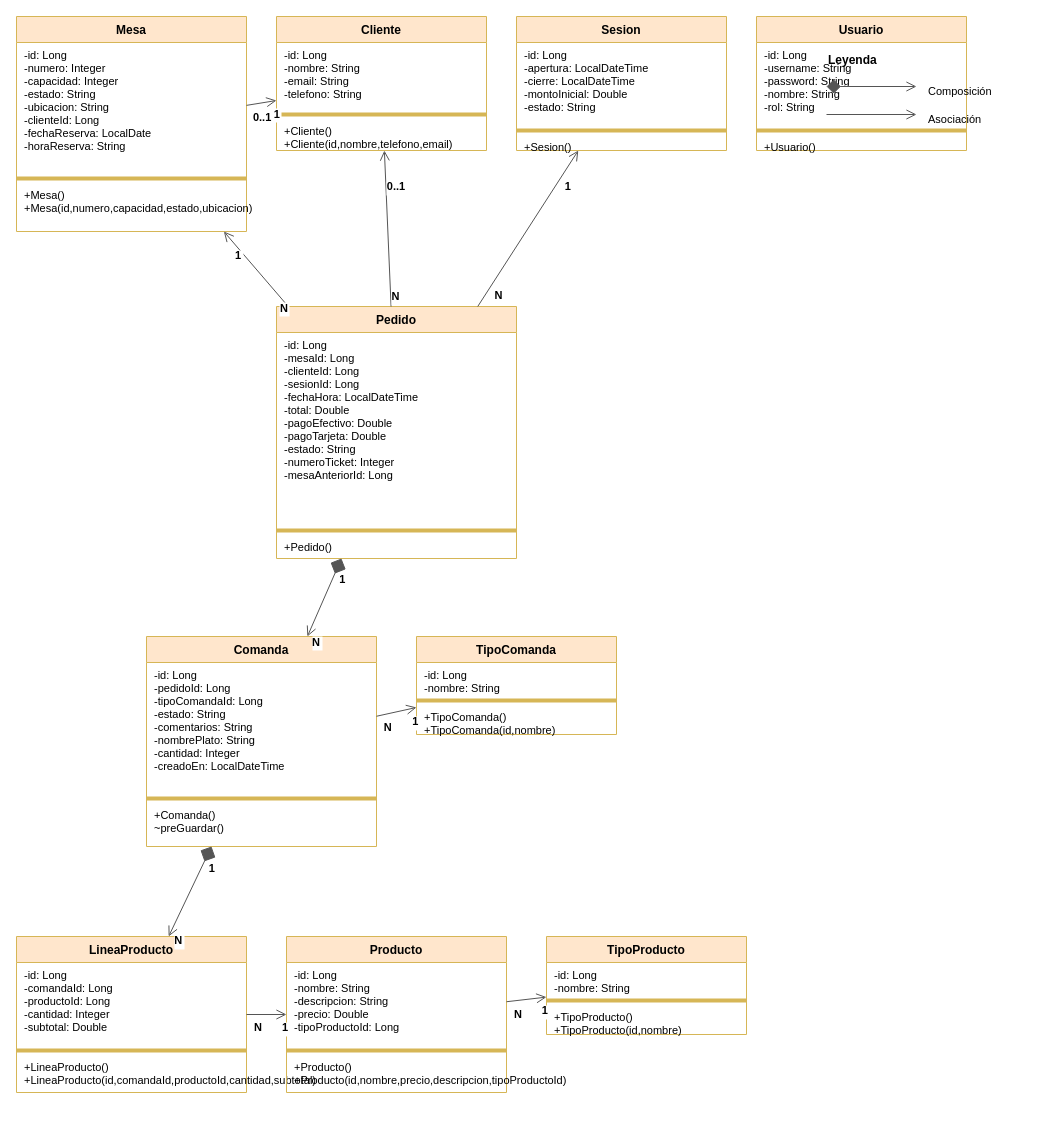
The draw.io diagram docs/DiagramaClasesJava_PlateUP.drawio in Skyfreefury/PlateUp, before the edit. Source tidied: cells renumbered, new cells numbered last; positions are measured from the earlier drawing's top-left corner, leaving out a move shared by most shapes. Both pictures are drawn from the tidied source at 100%, with x=0, y=0 at pixel (16, 16).
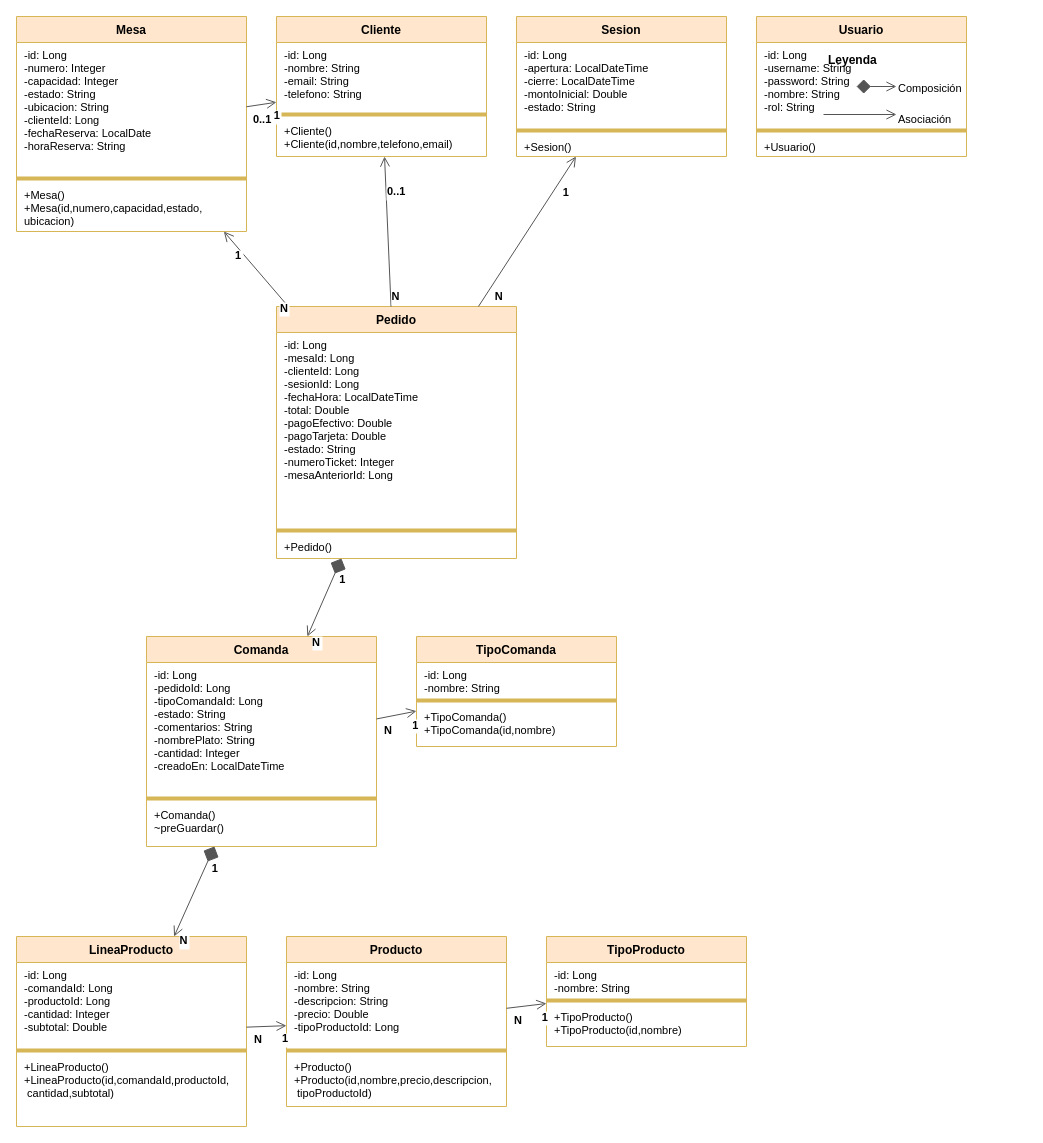
Above is the later version.

Commit message:
chore: normalizar fin de línea en diagrama de clases (LF → CRLF)

The change refers to these unchanged cells:
```xml
<mxCell id="2" value="Mesa" style="swimlane;fontStyle=1;align=center;startSize=26;fillColor=#FFE6CC;strokeColor=#d6b656;fontSize=12;" parent="1" vertex="1">
  <mxGeometry width="230" height="215" as="geometry" />
</mxCell>
```

Diff of the diagram source:
```diff
@@
-    <mxCell id="5" value="+Mesa()&#10;+Mesa(id,numero,capacidad,estado,ubicacion)" style="text;strokeColor=none;fillColor=none;align=left;verticalAlign=top;spacingLeft=6;fontSize=11;" parent="2" vertex="1">
+    <mxCell id="5" value="+Mesa()&#10;+Mesa(id,numero,capacidad,estado,&#10;ubicacion)" style="text;strokeColor=none;fillColor=none;align=left;verticalAlign=top;spacingLeft=6;fontSize=11;" parent="2" vertex="1">
       <mxGeometry y="166" width="230" height="49" as="geometry" />
     </mxCell>
     <mxCell id="6" value="Cliente" style="swimlane;fontStyle=1;align=center;startSize=26;fillColor=#FFE6CC;strokeColor=#d6b656;fontSize=12;" parent="1" vertex="1">
-      <mxGeometry x="260" width="210" height="134" as="geometry" />
+      <mxGeometry x="260" width="210" height="140" as="geometry" />
     </mxCell>
@@
     <mxCell id="9" value="+Cliente()&#10;+Cliente(id,nombre,telefono,email)" style="text;strokeColor=none;fillColor=none;align=left;verticalAlign=top;spacingLeft=6;fontSize=11;" parent="6" vertex="1">
-      <mxGeometry y="102" width="210" height="32" as="geometry" />
+      <mxGeometry y="102" width="210" height="38" as="geometry" />
     </mxCell>
     <mxCell id="10" value="Sesion" style="swimlane;fontStyle=1;align=center;startSize=26;fillColor=#FFE6CC;strokeColor=#d6b656;fontSize=12;" parent="1" vertex="1">
-      <mxGeometry x="500" width="210" height="134" as="geometry" />
+      <mxGeometry x="500" width="210" height="140" as="geometry" />
     </mxCell>
@@
     <mxCell id="13" value="+Sesion()" style="text;strokeColor=none;fillColor=none;align=left;verticalAlign=top;spacingLeft=6;fontSize=11;" parent="10" vertex="1">
-      <mxGeometry y="118" width="210" height="16" as="geometry" />
+      <mxGeometry y="118" width="210" height="22" as="geometry" />
     </mxCell>
     <mxCell id="14" value="Usuario" style="swimlane;fontStyle=1;align=center;startSize=26;fillColor=#FFE6CC;strokeColor=#d6b656;fontSize=12;" parent="1" vertex="1">
-      <mxGeometry x="740" width="210" height="134" as="geometry" />
+      <mxGeometry x="740" width="210" height="140" as="geometry" />
     </mxCell>
@@
     <mxCell id="17" value="+Usuario()" style="text;strokeColor=none;fillColor=none;align=left;verticalAlign=top;spacingLeft=6;fontSize=11;" parent="14" vertex="1">
-      <mxGeometry y="118" width="210" height="16" as="geometry" />
+      <mxGeometry y="118" width="210" height="22" as="geometry" />
     </mxCell>
+    <mxCell id="72" style="endArrow=open;endSize=8;strokeColor=#555555;" parent="14" edge="1">
+      <mxGeometry relative="1" as="geometry">
+        <mxPoint x="67" y="98" as="sourcePoint" />
+        <mxPoint x="140" y="98" as="targetPoint" />
+      </mxGeometry>
+    </mxCell>
+    <mxCell id="71" value="Composición" style="text;fontSize=11;strokeColor=none;fillColor=none;" parent="14" vertex="1">
+      <mxGeometry x="140" y="59" width="70" height="18" as="geometry" />
+    </mxCell>
+    <mxCell id="73" value="Asociación" style="text;fontSize=11;strokeColor=none;fillColor=none;" parent="14" vertex="1">
+      <mxGeometry x="140" y="90" width="70" height="18" as="geometry" />
+    </mxCell>
@@
     <mxCell id="26" value="TipoComanda" style="swimlane;fontStyle=1;align=center;startSize=26;fillColor=#FFE6CC;strokeColor=#d6b656;fontSize=12;" parent="1" vertex="1">
-      <mxGeometry x="400" y="620" width="200" height="98" as="geometry" />
+      <mxGeometry x="400" y="620" width="200" height="110" as="geometry" />
     </mxCell>
@@
     <mxCell id="29" value="+TipoComanda()&#10;+TipoComanda(id,nombre)" style="text;strokeColor=none;fillColor=none;align=left;verticalAlign=top;spacingLeft=6;fontSize=11;" parent="26" vertex="1">
-      <mxGeometry y="68" width="200" height="30" as="geometry" />
+      <mxGeometry y="68" width="200" height="42" as="geometry" />
     </mxCell>
     <mxCell id="30" value="LineaProducto" style="swimlane;fontStyle=1;align=center;startSize=26;fillColor=#FFE6CC;strokeColor=#d6b656;fontSize=12;" parent="1" vertex="1">
-      <mxGeometry y="920" width="230" height="156" as="geometry" />
+      <mxGeometry y="920" width="230" height="190" as="geometry" />
     </mxCell>
@@
-    <mxCell id="33" value="+LineaProducto()&#10;+LineaProducto(id,comandaId,productoId,cantidad,subtotal)" style="text;strokeColor=none;fillColor=none;align=left;verticalAlign=top;spacingLeft=6;fontSize=11;" parent="30" vertex="1">
-      <mxGeometry y="118" width="230" height="38" as="geometry" />
+    <mxCell id="33" value="+LineaProducto()&#10;+LineaProducto(id,comandaId,productoId,&#10; cantidad,subtotal)" style="text;strokeColor=none;fillColor=none;align=left;verticalAlign=top;spacingLeft=6;fontSize=11;" parent="30" vertex="1">
+      <mxGeometry y="118" width="230" height="52" as="geometry" />
     </mxCell>
     <mxCell id="34" value="Producto" style="swimlane;fontStyle=1;align=center;startSize=26;fillColor=#FFE6CC;strokeColor=#d6b656;fontSize=12;" parent="1" vertex="1">
-      <mxGeometry x="270" y="920" width="220" height="156" as="geometry" />
+      <mxGeometry x="270" y="920" width="220" height="170" as="geometry" />
     </mxCell>
@@
-    <mxCell id="37" value="+Producto()&#10;+Producto(id,nombre,precio,descripcion,tipoProductoId)" style="text;strokeColor=none;fillColor=none;align=left;verticalAlign=top;spacingLeft=6;fontSize=11;" parent="34" vertex="1">
-      <mxGeometry y="118" width="220" height="38" as="geometry" />
+    <mxCell id="37" value="+Producto()&#10;+Producto(id,nombre,precio,descripcion,&#10; tipoProductoId)" style="text;strokeColor=none;fillColor=none;align=left;verticalAlign=top;spacingLeft=6;fontSize=11;" parent="34" vertex="1">
+      <mxGeometry y="118" width="220" height="52" as="geometry" />
     </mxCell>
     <mxCell id="38" value="TipoProducto" style="swimlane;fontStyle=1;align=center;startSize=26;fillColor=#FFE6CC;strokeColor=#d6b656;fontSize=12;" parent="1" vertex="1">
-      <mxGeometry x="530" y="920" width="200" height="98" as="geometry" />
+      <mxGeometry x="530" y="920" width="200" height="110" as="geometry" />
     </mxCell>
@@
     <mxCell id="41" value="+TipoProducto()&#10;+TipoProducto(id,nombre)" style="text;strokeColor=none;fillColor=none;align=left;verticalAlign=top;spacingLeft=6;fontSize=11;" parent="38" vertex="1">
-      <mxGeometry y="68" width="200" height="30" as="geometry" />
+      <mxGeometry y="68" width="200" height="42" as="geometry" />
     </mxCell>
@@
     <mxCell id="70" style="startArrow=diamond;startFill=1;startSize=12;endArrow=open;endSize=8;strokeColor=#555555;" parent="1" edge="1">
       <mxGeometry relative="1" as="geometry">
-        <mxPoint x="810" y="70" as="sourcePoint" />
-        <mxPoint x="900" y="70" as="targetPoint" />
+        <mxPoint x="840" y="70" as="sourcePoint" />
+        <mxPoint x="880" y="70" as="targetPoint" />
       </mxGeometry>
     </mxCell>
-    <mxCell id="71" value="Composición" style="text;fontSize=11;strokeColor=none;fillColor=none;" parent="1" vertex="1">
-      <mxGeometry x="910" y="62" width="100" height="18" as="geometry" />
-    </mxCell>
-    <mxCell id="72" style="endArrow=open;endSize=8;strokeColor=#555555;" parent="1" edge="1">
-      <mxGeometry relative="1" as="geometry">
-        <mxPoint x="810" y="98" as="sourcePoint" />
-        <mxPoint x="900" y="98" as="targetPoint" />
-      </mxGeometry>
-    </mxCell>
-    <mxCell id="73" value="Asociación" style="text;fontSize=11;strokeColor=none;fillColor=none;" parent="1" vertex="1">
-      <mxGeometry x="910" y="90" width="100" height="18" as="geometry" />
-    </mxCell>
```
